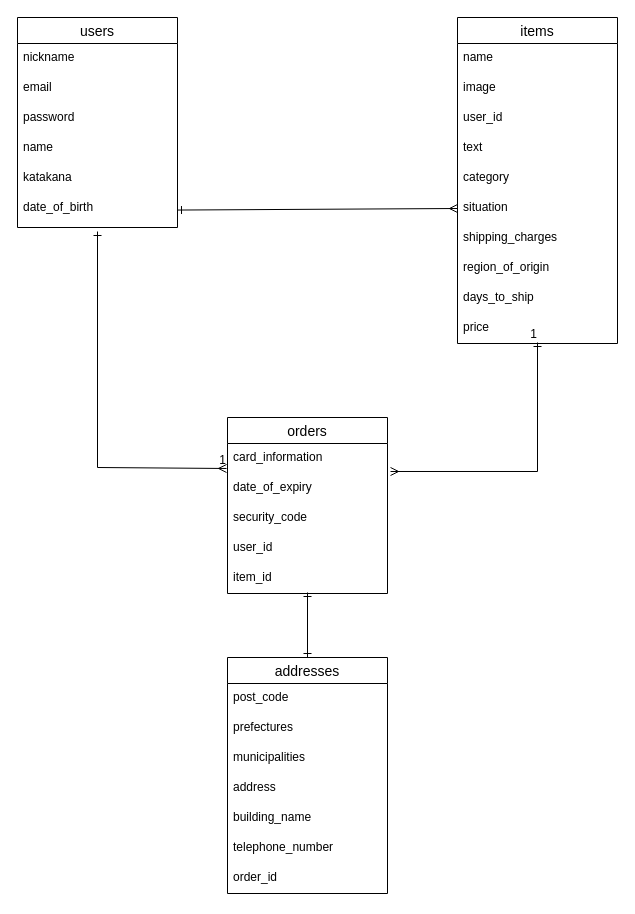
ran-tomine/furima-39343 keeps this draw.io diagram as test.dio. Above is the earlier version. Source tidied: cells renumbered, new cells numbered last; positions are measured from the earlier drawing's top-left corner, leaving out a move shared by most shapes. Both pictures are drawn from the tidied source at 100%, with x=0, y=0 at pixel (17, 17).
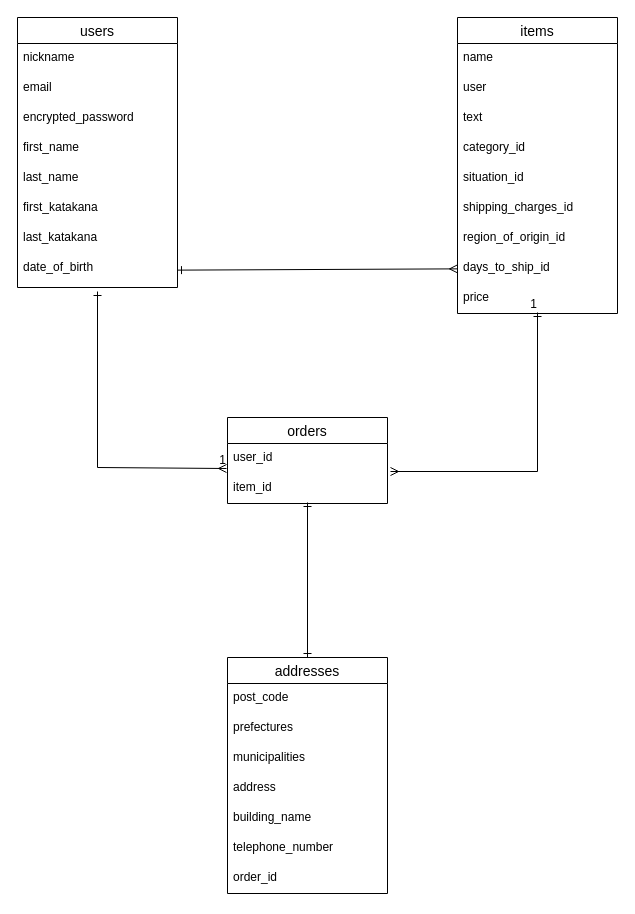
Above is the later version.

Commit message (it also covers changes not shown here):
README及びER図修正

What changed in the source:
```diff
@@
     <mxCell id="2" value="users" style="swimlane;fontStyle=0;horizontal=1;startSize=26;align=center;fontSize=14;" parent="1" vertex="1">
-      <mxGeometry width="160" height="210" as="geometry" />
+      <mxGeometry width="160" height="270" as="geometry" />
     </mxCell>
@@
-    <mxCell id="5" value="password" style="text;strokeColor=none;fillColor=none;spacingLeft=4;spacingRight=4;overflow=hidden;fontSize=12;" parent="2" vertex="1">
+    <mxCell id="5" value="encrypted_password" style="text;strokeColor=none;fillColor=none;spacingLeft=4;spacingRight=4;overflow=hidden;fontSize=12;" parent="2" vertex="1">
       <mxGeometry y="86" width="160" height="30" as="geometry" />
     </mxCell>
-    <mxCell id="6" value="name" style="text;strokeColor=none;fillColor=none;spacingLeft=4;spacingRight=4;overflow=hidden;fontSize=12;" parent="2" vertex="1">
+    <mxCell id="6" value="first_name" style="text;strokeColor=none;fillColor=none;spacingLeft=4;spacingRight=4;overflow=hidden;fontSize=12;" parent="2" vertex="1">
       <mxGeometry y="116" width="160" height="30" as="geometry" />
     </mxCell>
+    <mxCell id="41" value="last_name" style="text;strokeColor=none;fillColor=none;spacingLeft=4;spacingRight=4;overflow=hidden;fontSize=12;" parent="2" vertex="1">
+      <mxGeometry y="146" width="160" height="30" as="geometry" />
+    </mxCell>
-    <mxCell id="7" value="katakana" style="text;strokeColor=none;fillColor=none;spacingLeft=4;spacingRight=4;overflow=hidden;fontSize=12;" parent="2" vertex="1">
-      <mxGeometry y="146" width="160" height="30" as="geometry" />
+    <mxCell id="7" value="first_katakana" style="text;strokeColor=none;fillColor=none;spacingLeft=4;spacingRight=4;overflow=hidden;fontSize=12;" parent="2" vertex="1">
+      <mxGeometry y="176" width="160" height="30" as="geometry" />
     </mxCell>
+    <mxCell id="42" value="last_katakana" style="text;strokeColor=none;fillColor=none;spacingLeft=4;spacingRight=4;overflow=hidden;fontSize=12;" parent="2" vertex="1">
+      <mxGeometry y="206" width="160" height="30" as="geometry" />
+    </mxCell>
     <mxCell id="8" value="date_of_birth" style="text;strokeColor=none;fillColor=none;spacingLeft=4;spacingRight=4;overflow=hidden;points=[[0,0.5],[1,0.5]];portConstraint=eastwest;fontSize=12;" parent="2" vertex="1">
-      <mxGeometry y="176" width="160" height="34" as="geometry" />
+      <mxGeometry y="236" width="160" height="34" as="geometry" />
     </mxCell>
     <mxCell id="9" value="items" style="swimlane;fontStyle=0;horizontal=1;startSize=26;align=center;fontSize=14;" parent="1" vertex="1">
-      <mxGeometry x="440" width="160" height="326" as="geometry" />
+      <mxGeometry x="440" width="160" height="296" as="geometry" />
     </mxCell>
@@
-    <mxCell id="11" value="image" style="text;strokeColor=none;fillColor=none;spacingLeft=4;spacingRight=4;overflow=hidden;fontSize=12;" parent="9" vertex="1">
-      <mxGeometry y="56" width="160" height="30" as="geometry" />
-    </mxCell>
-    <mxCell id="12" value="user_id" style="text;strokeColor=none;fillColor=none;spacingLeft=4;spacingRight=4;overflow=hidden;fontSize=12;" parent="9" vertex="1">
-      <mxGeometry y="86" width="160" height="30" as="geometry" />
+    <mxCell id="12" value="user" style="text;strokeColor=none;fillColor=none;spacingLeft=4;spacingRight=4;overflow=hidden;fontSize=12;" parent="9" vertex="1">
+      <mxGeometry y="56" width="160" height="30" as="geometry" />
     </mxCell>
     <mxCell id="13" value="text" style="text;strokeColor=none;fillColor=none;spacingLeft=4;spacingRight=4;overflow=hidden;fontSize=12;" parent="9" vertex="1">
-      <mxGeometry y="116" width="160" height="30" as="geometry" />
+      <mxGeometry y="86" width="160" height="30" as="geometry" />
     </mxCell>
-    <mxCell id="14" value="category" style="text;strokeColor=none;fillColor=none;spacingLeft=4;spacingRight=4;overflow=hidden;fontSize=12;" parent="9" vertex="1">
-      <mxGeometry y="146" width="160" height="30" as="geometry" />
+    <mxCell id="14" value="category_id" style="text;strokeColor=none;fillColor=none;spacingLeft=4;spacingRight=4;overflow=hidden;fontSize=12;" parent="9" vertex="1">
+      <mxGeometry y="116" width="160" height="30" as="geometry" />
     </mxCell>
-    <mxCell id="15" value="situation&#10;" style="text;strokeColor=none;fillColor=none;spacingLeft=4;spacingRight=4;overflow=hidden;points=[[0,0.5],[1,0.5]];portConstraint=eastwest;fontSize=12;" parent="9" vertex="1">
-      <mxGeometry y="176" width="160" height="30" as="geometry" />
+    <mxCell id="15" value="situation_id&#10;" style="text;strokeColor=none;fillColor=none;spacingLeft=4;spacingRight=4;overflow=hidden;points=[[0,0.5],[1,0.5]];portConstraint=eastwest;fontSize=12;" parent="9" vertex="1">
+      <mxGeometry y="146" width="160" height="30" as="geometry" />
     </mxCell>
-    <mxCell id="16" value="shipping_charges&#10;" style="text;strokeColor=none;fillColor=none;spacingLeft=4;spacingRight=4;overflow=hidden;fontSize=12;" parent="9" vertex="1">
-      <mxGeometry y="206" width="160" height="30" as="geometry" />
+    <mxCell id="16" value="shipping_charges_id&#10;" style="text;strokeColor=none;fillColor=none;spacingLeft=4;spacingRight=4;overflow=hidden;fontSize=12;" parent="9" vertex="1">
+      <mxGeometry y="176" width="160" height="30" as="geometry" />
     </mxCell>
-    <mxCell id="17" value="region_of_origin" style="text;strokeColor=none;fillColor=none;spacingLeft=4;spacingRight=4;overflow=hidden;fontSize=12;" parent="9" vertex="1">
-      <mxGeometry y="236" width="160" height="30" as="geometry" />
+    <mxCell id="17" value="region_of_origin_id" style="text;strokeColor=none;fillColor=none;spacingLeft=4;spacingRight=4;overflow=hidden;fontSize=12;" parent="9" vertex="1">
+      <mxGeometry y="206" width="160" height="30" as="geometry" />
     </mxCell>
-    <mxCell id="18" value="days_to_ship" style="text;strokeColor=none;fillColor=none;spacingLeft=4;spacingRight=4;overflow=hidden;points=[[0,0.5],[1,0.5]];portConstraint=eastwest;fontSize=12;" parent="9" vertex="1">
-      <mxGeometry y="266" width="160" height="30" as="geometry" />
+    <mxCell id="18" value="days_to_ship_id" style="text;strokeColor=none;fillColor=none;spacingLeft=4;spacingRight=4;overflow=hidden;points=[[0,0.5],[1,0.5]];portConstraint=eastwest;fontSize=12;" parent="9" vertex="1">
+      <mxGeometry y="236" width="160" height="30" as="geometry" />
     </mxCell>
     <mxCell id="19" value="price" style="text;strokeColor=none;fillColor=none;spacingLeft=4;spacingRight=4;overflow=hidden;points=[[0,0.5],[1,0.5]];portConstraint=eastwest;fontSize=12;" parent="9" vertex="1">
-      <mxGeometry y="296" width="160" height="30" as="geometry" />
+      <mxGeometry y="266" width="160" height="30" as="geometry" />
     </mxCell>
     <mxCell id="20" value="orders" style="swimlane;fontStyle=0;horizontal=1;startSize=26;align=center;fontSize=14;" parent="1" vertex="1">
-      <mxGeometry x="210" y="400" width="160" height="176" as="geometry" />
+      <mxGeometry x="210" y="400" width="160" height="86" as="geometry" />
     </mxCell>
-    <mxCell id="21" value="card_information" style="text;strokeColor=none;fillColor=none;spacingLeft=4;spacingRight=4;overflow=hidden;points=[[0,0.5],[1,0.5]];portConstraint=eastwest;fontSize=12;" parent="20" vertex="1">
-      <mxGeometry y="26" width="160" height="30" as="geometry" />
-    </mxCell>
-    <mxCell id="22" value="date_of_expiry" style="text;strokeColor=none;fillColor=none;spacingLeft=4;spacingRight=4;overflow=hidden;fontSize=12;" parent="20" vertex="1">
-      <mxGeometry y="56" width="160" height="30" as="geometry" />
-    </mxCell>
-    <mxCell id="23" value="security_code" style="text;strokeColor=none;fillColor=none;spacingLeft=4;spacingRight=4;overflow=hidden;fontSize=12;" parent="20" vertex="1">
-      <mxGeometry y="86" width="160" height="30" as="geometry" />
-    </mxCell>
     <mxCell id="24" value="user_id" style="text;strokeColor=none;fillColor=none;spacingLeft=4;spacingRight=4;overflow=hidden;fontSize=12;" parent="20" vertex="1">
-      <mxGeometry y="116" width="160" height="30" as="geometry" />
+      <mxGeometry y="26" width="160" height="30" as="geometry" />
     </mxCell>
     <mxCell id="25" value="item_id" style="text;strokeColor=none;fillColor=none;spacingLeft=4;spacingRight=4;overflow=hidden;points=[[0,0.5],[1,0.5]];portConstraint=eastwest;fontSize=12;" parent="20" vertex="1">
-      <mxGeometry y="146" width="160" height="30" as="geometry" />
+      <mxGeometry y="56" width="160" height="30" as="geometry" />
     </mxCell>
@@
-    <mxCell id="34" style="edgeStyle=none;html=1;entryX=0;entryY=0.5;entryDx=0;entryDy=0;strokeColor=default;startArrow=ERone;startFill=0;endArrow=ERmany;endFill=0;" parent="1" edge="1" source="8" target="15">
+    <mxCell id="34" style="edgeStyle=none;html=1;strokeColor=default;startArrow=ERone;startFill=0;endArrow=ERmany;endFill=0;" parent="1" edge="1" source="8" target="18">
       <mxGeometry relative="1" as="geometry" />
     </mxCell>
-    <mxCell id="35" style="endArrow=ERmany;html=1;rounded=0;strokeColor=default;exitX=0.5;exitY=1.118;exitDx=0;exitDy=0;exitPerimeter=0;entryX=-0.006;entryY=0.833;entryDx=0;entryDy=0;entryPerimeter=0;startArrow=ERone;startFill=0;endFill=0;" parent="1" edge="1" source="8" target="21">
+    <mxCell id="35" style="endArrow=ERmany;html=1;rounded=0;strokeColor=default;exitX=0.5;exitY=1.118;exitDx=0;exitDy=0;exitPerimeter=0;entryX=-0.006;entryY=0.833;entryDx=0;entryDy=0;entryPerimeter=0;startArrow=ERone;startFill=0;endFill=0;" parent="1" edge="1" source="8">
       <mxGeometry relative="1" as="geometry">
+        <mxPoint x="209" y="451" as="targetPoint" />
         <Array as="points">
           <mxPoint x="80" y="450" />
         </Array>
       </mxGeometry>
     </mxCell>
@@
-    <mxCell id="37" style="endArrow=ERone;html=1;rounded=0;strokeColor=default;entryX=0.5;entryY=0.967;entryDx=0;entryDy=0;entryPerimeter=0;exitX=1.019;exitY=0.933;exitDx=0;exitDy=0;startArrow=ERmany;startFill=0;endFill=0;exitPerimeter=0;" parent="1" edge="1" source="21" target="19">
+    <mxCell id="37" style="endArrow=ERone;html=1;rounded=0;strokeColor=default;entryX=0.5;entryY=0.967;entryDx=0;entryDy=0;entryPerimeter=0;exitX=1.019;exitY=0.933;exitDx=0;exitDy=0;startArrow=ERmany;startFill=0;endFill=0;exitPerimeter=0;" parent="1" edge="1" target="19">
       <mxGeometry relative="1" as="geometry">
+        <mxPoint x="373" y="454" as="sourcePoint" />
         <Array as="points">
           <mxPoint x="520" y="454" />
         </Array>
       </mxGeometry>
     </mxCell>
```
